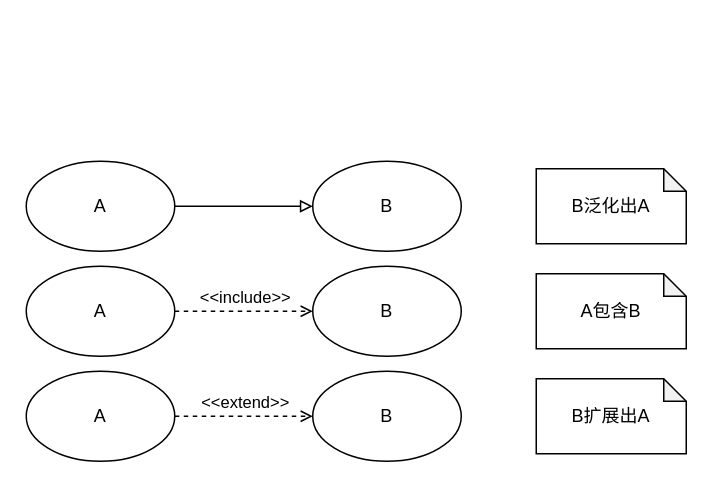
Above: uml.drawio in yayaer123/drawio_demo (draw.io), before the change. Source tidied: cells renumbered, new cells numbered last; positions are measured from the earlier drawing's top-left corner, leaving out a move shared by most shapes. Both pictures are drawn from the tidied source at 150%, with x=0, y=0 at pixel (26, 160).
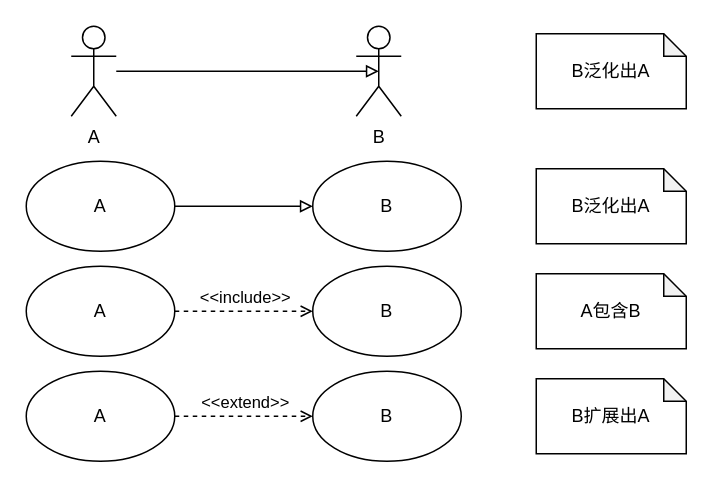
The same page after the edit.

What changed in the source:
```diff
@@
+    <mxCell id="19" value="A" style="shape=umlActor;verticalLabelPosition=bottom;verticalAlign=top;html=1;" parent="1" vertex="1">
+      <mxGeometry x="30" y="-90" width="30" height="60" as="geometry" />
+    </mxCell>
+    <mxCell id="20" value="B" style="shape=umlActor;verticalLabelPosition=bottom;verticalAlign=top;html=1;" parent="1" vertex="1">
+      <mxGeometry x="220" y="-90" width="30" height="60" as="geometry" />
+    </mxCell>
+    <mxCell id="21" style="edgeStyle=orthogonalEdgeStyle;rounded=0;jettySize=auto;html=1;entryX=0.5;entryY=0.5;entryDx=0;entryDy=0;entryPerimeter=0;endArrow=block;endFill=0;" parent="1" edge="1" source="19" target="20">
+      <mxGeometry relative="1" as="geometry" />
+    </mxCell>
+    <mxCell id="22" value="B泛化出A" style="shape=note;whiteSpace=wrap;html=1;backgroundOutline=1;darkOpacity=0.05;size=15;" parent="1" vertex="1">
+      <mxGeometry x="340" y="-85" width="100" height="50" as="geometry" />
+    </mxCell>
```
